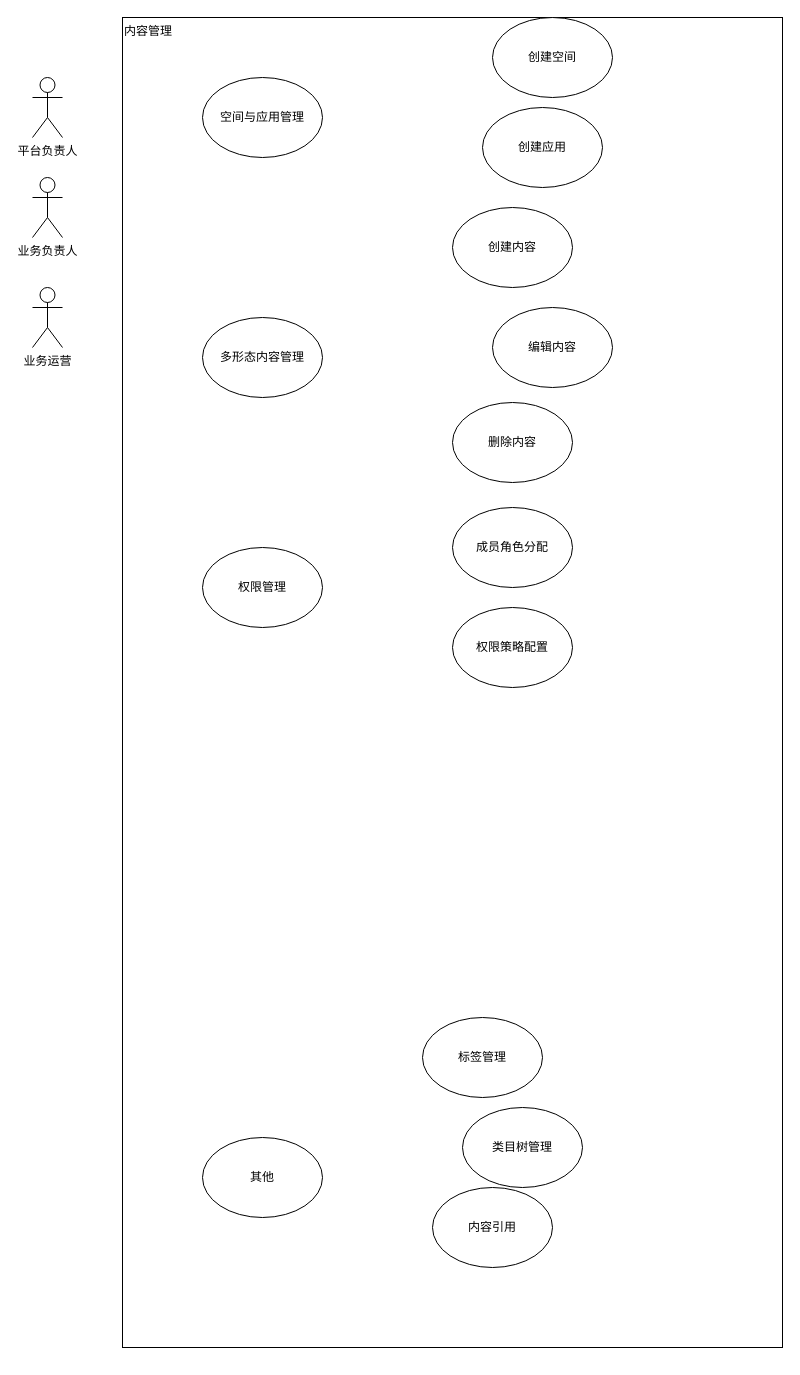
This is page "内容管理用例图" (5 of 26) of figure/figures.drawio from jqq04/nju-thesis-2026, a draw.io file, before an edit. Source tidied: cells renumbered, new cells numbered last; positions are measured from the earlier drawing's top-left corner, leaving out a move shared by most shapes. Both pictures are drawn from the tidied source at 100%, with x=0, y=0 at pixel (32, 17).
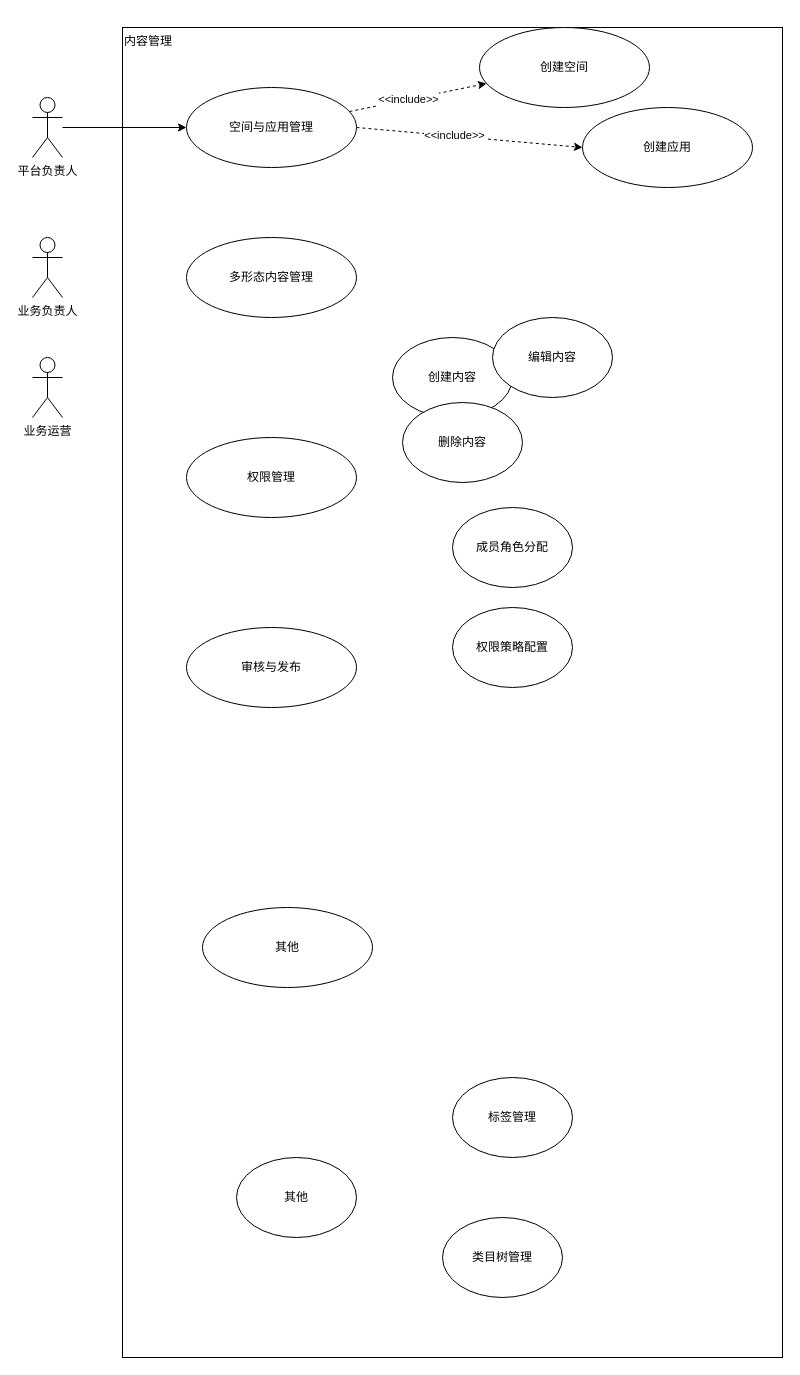
The same diagram, later.

The edit, as a diff of the source:
```diff
@@
     <mxCell id="2" value="内容管理" style="rounded=0;whiteSpace=wrap;html=1;align=left;verticalAlign=top;" parent="1" vertex="1">
-      <mxGeometry x="90" width="660" height="1330" as="geometry" />
+      <mxGeometry x="90" y="10" width="660" height="1330" as="geometry" />
     </mxCell>
+    <mxCell id="20" style="rounded=0;jettySize=auto;html=1;" parent="1" edge="1" source="3" target="6">
+      <mxGeometry relative="1" as="geometry" />
+    </mxCell>
     <mxCell id="3" value="平台负责人" style="shape=umlActor;verticalLabelPosition=bottom;verticalAlign=top;html=1;outlineConnect=0;" parent="1" vertex="1">
-      <mxGeometry y="60" width="30" height="60" as="geometry" />
+      <mxGeometry y="80" width="30" height="60" as="geometry" />
     </mxCell>
     <mxCell id="4" value="业务负责人" style="shape=umlActor;verticalLabelPosition=bottom;verticalAlign=top;html=1;" parent="1" vertex="1">
-      <mxGeometry y="160" width="30" height="60" as="geometry" />
+      <mxGeometry y="220" width="30" height="60" as="geometry" />
     </mxCell>
     <mxCell id="5" value="业务运营" style="shape=umlActor;verticalLabelPosition=bottom;verticalAlign=top;html=1;" parent="1" vertex="1">
-      <mxGeometry y="270" width="30" height="60" as="geometry" />
+      <mxGeometry y="340" width="30" height="60" as="geometry" />
     </mxCell>
+    <mxCell id="21" style="rounded=0;jettySize=auto;html=1;dashed=1;" parent="1" edge="1" source="6" target="10">
+      <mxGeometry relative="1" as="geometry" />
+    </mxCell>
+    <mxCell id="22" value="&amp;lt;&amp;lt;include&amp;gt;&amp;gt;" style="edgeLabel;html=1;align=center;verticalAlign=middle;" parent="21" vertex="1">
+      <mxGeometry x="-0.14" y="1" relative="1" as="geometry" />
+    </mxCell>
     <mxCell id="6" value="空间与应用管理" style="ellipse;whiteSpace=wrap;html=1;" parent="1" vertex="1">
-      <mxGeometry x="170" y="60" width="120" height="80" as="geometry" />
+      <mxGeometry x="154" y="70" width="170" height="80" as="geometry" />
     </mxCell>
-    <mxCell id="7" value="多形态内容管理" style="ellipse;whiteSpace=wrap;html=1;" parent="1" vertex="1">
-      <mxGeometry x="170" y="300" width="120" height="80" as="geometry" />
-    </mxCell>
-    <mxCell id="8" value="权限管理" style="ellipse;whiteSpace=wrap;html=1;" parent="1" vertex="1">
-      <mxGeometry x="170" y="530" width="120" height="80" as="geometry" />
-    </mxCell>
     <mxCell id="9" value="其他" style="ellipse;whiteSpace=wrap;html=1;" parent="1" vertex="1">
-      <mxGeometry x="170" y="1120" width="120" height="80" as="geometry" />
+      <mxGeometry x="204" y="1140" width="120" height="80" as="geometry" />
     </mxCell>
-    <mxCell id="10" value="创建空间" style="ellipse;whiteSpace=wrap;html=1;" parent="1" vertex="1">
-      <mxGeometry x="460" width="120" height="80" as="geometry" />
-    </mxCell>
-    <mxCell id="11" value="创建应用" style="ellipse;whiteSpace=wrap;html=1;" parent="1" vertex="1">
-      <mxGeometry x="450" y="90" width="120" height="80" as="geometry" />
-    </mxCell>
     <mxCell id="12" value="创建内容" style="ellipse;whiteSpace=wrap;html=1;" parent="1" vertex="1">
-      <mxGeometry x="420" y="190" width="120" height="80" as="geometry" />
+      <mxGeometry x="360" y="320" width="120" height="80" as="geometry" />
     </mxCell>
     <mxCell id="13" value="编辑内容" style="ellipse;whiteSpace=wrap;html=1;" parent="1" vertex="1">
-      <mxGeometry x="460" y="290" width="120" height="80" as="geometry" />
+      <mxGeometry x="460" y="300" width="120" height="80" as="geometry" />
     </mxCell>
     <mxCell id="14" value="删除内容" style="ellipse;whiteSpace=wrap;html=1;" parent="1" vertex="1">
-      <mxGeometry x="420" y="385" width="120" height="80" as="geometry" />
+      <mxGeometry x="370" y="385" width="120" height="80" as="geometry" />
     </mxCell>
     <mxCell id="15" value="标签管理" style="ellipse;whiteSpace=wrap;html=1;" parent="1" vertex="1">
-      <mxGeometry x="390" y="1000" width="120" height="80" as="geometry" />
+      <mxGeometry x="420" y="1060" width="120" height="80" as="geometry" />
     </mxCell>
     <mxCell id="16" value="类目树管理" style="ellipse;whiteSpace=wrap;html=1;" parent="1" vertex="1">
-      <mxGeometry x="430" y="1090" width="120" height="80" as="geometry" />
+      <mxGeometry x="410" y="1200" width="120" height="80" as="geometry" />
     </mxCell>
-    <mxCell id="17" value="内容引用" style="ellipse;whiteSpace=wrap;html=1;" parent="1" vertex="1">
-      <mxGeometry x="400" y="1170" width="120" height="80" as="geometry" />
-    </mxCell>
@@
+    <mxCell id="10" value="创建空间" style="ellipse;whiteSpace=wrap;html=1;" parent="1" vertex="1">
+      <mxGeometry x="447" y="10" width="170" height="80" as="geometry" />
+    </mxCell>
+    <mxCell id="11" value="创建应用" style="ellipse;whiteSpace=wrap;html=1;" parent="1" vertex="1">
+      <mxGeometry x="550" y="90" width="170" height="80" as="geometry" />
+    </mxCell>
+    <mxCell id="23" style="rounded=0;jettySize=auto;html=1;dashed=1;exitX=1;exitY=0.5;exitDx=0;exitDy=0;entryX=0;entryY=0.5;entryDx=0;entryDy=0;" parent="1" edge="1" source="6" target="11">
+      <mxGeometry relative="1" as="geometry" />
+    </mxCell>
+    <mxCell id="24" value="&amp;lt;&amp;lt;include&amp;gt;&amp;gt;" style="edgeLabel;html=1;align=center;verticalAlign=middle;" parent="23" vertex="1">
+      <mxGeometry x="-0.14" y="1" relative="1" as="geometry" />
+    </mxCell>
+    <mxCell id="7" value="多形态内容管理" style="ellipse;whiteSpace=wrap;html=1;" parent="1" vertex="1">
+      <mxGeometry x="154" y="220" width="170" height="80" as="geometry" />
+    </mxCell>
+    <mxCell id="8" value="权限管理" style="ellipse;whiteSpace=wrap;html=1;" parent="1" vertex="1">
+      <mxGeometry x="154" y="420" width="170" height="80" as="geometry" />
+    </mxCell>
+    <mxCell id="25" value="审核与发布" style="ellipse;whiteSpace=wrap;html=1;" parent="1" vertex="1">
+      <mxGeometry x="154" y="610" width="170" height="80" as="geometry" />
+    </mxCell>
+    <mxCell id="26" value="其他" style="ellipse;whiteSpace=wrap;html=1;" parent="1" vertex="1">
+      <mxGeometry x="170" y="890" width="170" height="80" as="geometry" />
+    </mxCell>
```
